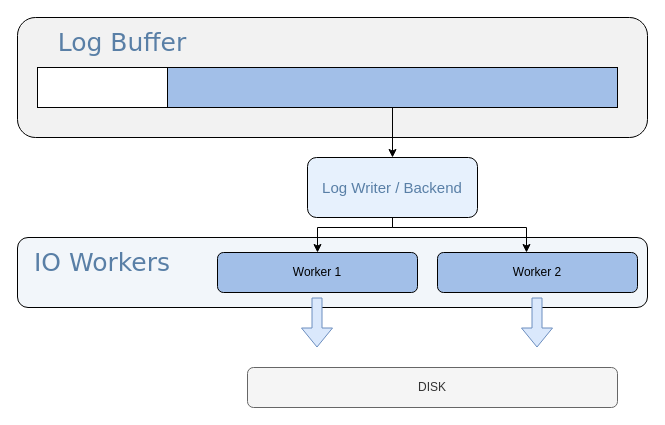
This is page "第 1 页" (1 of 4) of PG-AIO调度逻辑.drawio from QuincyXiang/MarkdownImages, a draw.io file, before an edit. Source tidied: cells renumbered, new cells numbered last; positions are measured from the earlier drawing's top-left corner, leaving out a move shared by most shapes. Both pictures are drawn from the tidied source at 100%, with x=0, y=0 at pixel (17, 17).
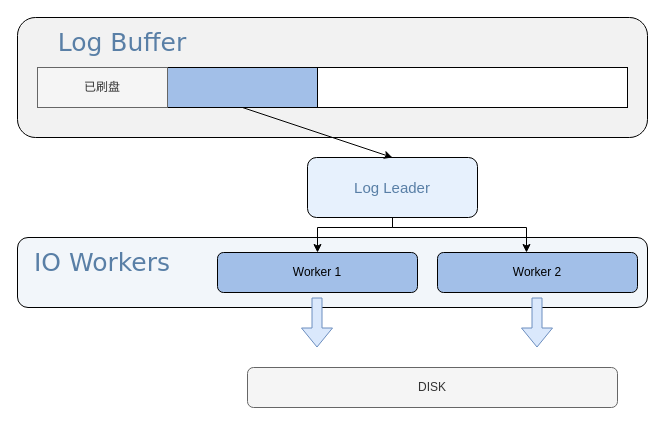
After the change.

What changed in the source:
```diff
@@
     <mxCell id="4" style="rounded=0;whiteSpace=wrap;html=1;fillColor=light-dark(#a2bfe8, #ededed);" parent="1" vertex="1">
-      <mxGeometry x="150" y="50" width="450" height="40" as="geometry" />
+      <mxGeometry x="150" y="50" width="150" height="40" as="geometry" />
     </mxCell>
-    <mxCell id="5" style="rounded=0;whiteSpace=wrap;html=1;" parent="1" vertex="1">
+    <mxCell id="5" value="已刷盘" style="rounded=0;whiteSpace=wrap;html=1;fillColor=#f5f5f5;fontColor=#333333;strokeColor=#666666;" parent="1" vertex="1">
       <mxGeometry x="20" y="50" width="130" height="40" as="geometry" />
     </mxCell>
-    <mxCell id="6" value="&lt;span style=&quot;color: light-dark(rgb(89, 127, 166), rgb(237, 237, 237));&quot;&gt;&lt;font style=&quot;font-size: 15px;&quot;&gt;Log Writer / Backend&lt;/font&gt;&lt;/span&gt;" style="rounded=1;whiteSpace=wrap;html=1;fontFamily=Helvetica;fontSize=12;fontColor=default;fontStyle=0;align=center;verticalAlign=middle;fillColor=light-dark(#e7f1fd, #ededed);" parent="1" vertex="1">
+    <mxCell id="6" value="&lt;span style=&quot;color: light-dark(rgb(89, 127, 166), rgb(237, 237, 237));&quot;&gt;&lt;font style=&quot;font-size: 15px;&quot;&gt;Log Leader&lt;/font&gt;&lt;/span&gt;" style="rounded=1;whiteSpace=wrap;html=1;fontFamily=Helvetica;fontSize=12;fontColor=default;fontStyle=0;align=center;verticalAlign=middle;fillColor=light-dark(#e7f1fd, #ededed);" parent="1" vertex="1">
       <mxGeometry x="290" y="140" width="170" height="60" as="geometry" />
     </mxCell>
@@
+    <mxCell id="17" style="rounded=0;whiteSpace=wrap;html=1;" parent="1" vertex="1">
+      <mxGeometry x="300" y="50" width="310" height="40" as="geometry" />
+    </mxCell>
```
